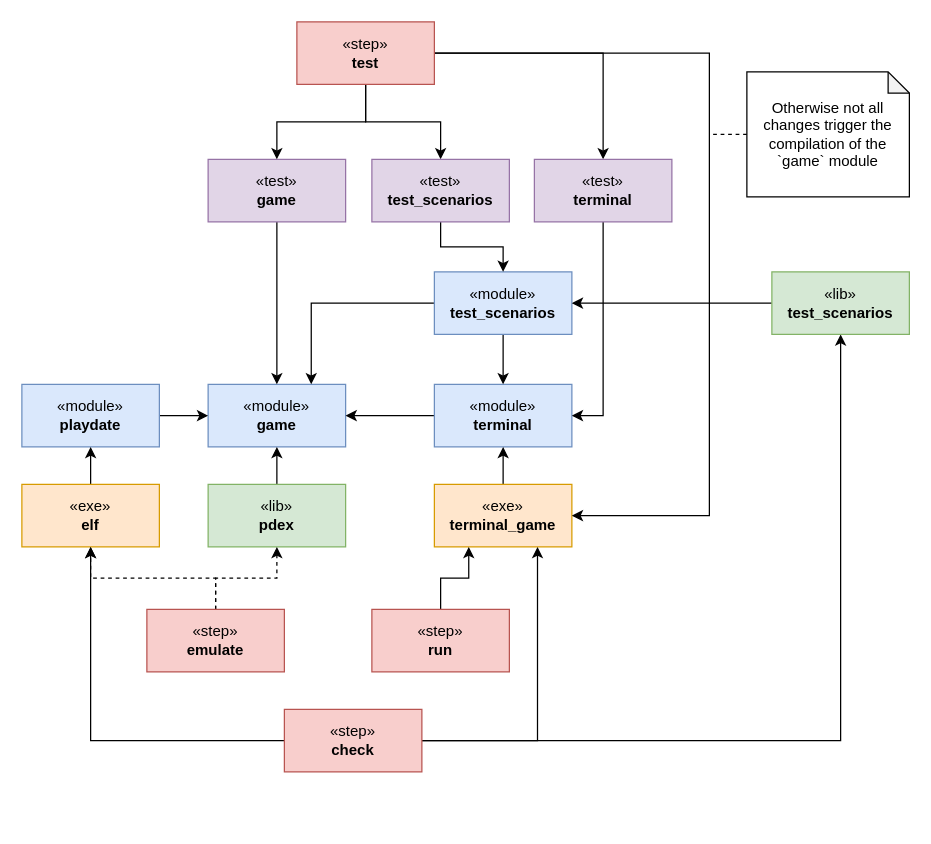
Earlier version of the draw.io diagram page "Build graph" (1 of 9) of docs/dev/schemas.drawio (vladimir-popov/forgotten_catacombs). Source tidied: cells renumbered, new cells numbered last; positions are measured from the earlier drawing's top-left corner, leaving out a move shared by most shapes. Both pictures are drawn from the tidied source at 125%, with x=0, y=0 at pixel (21, 21).
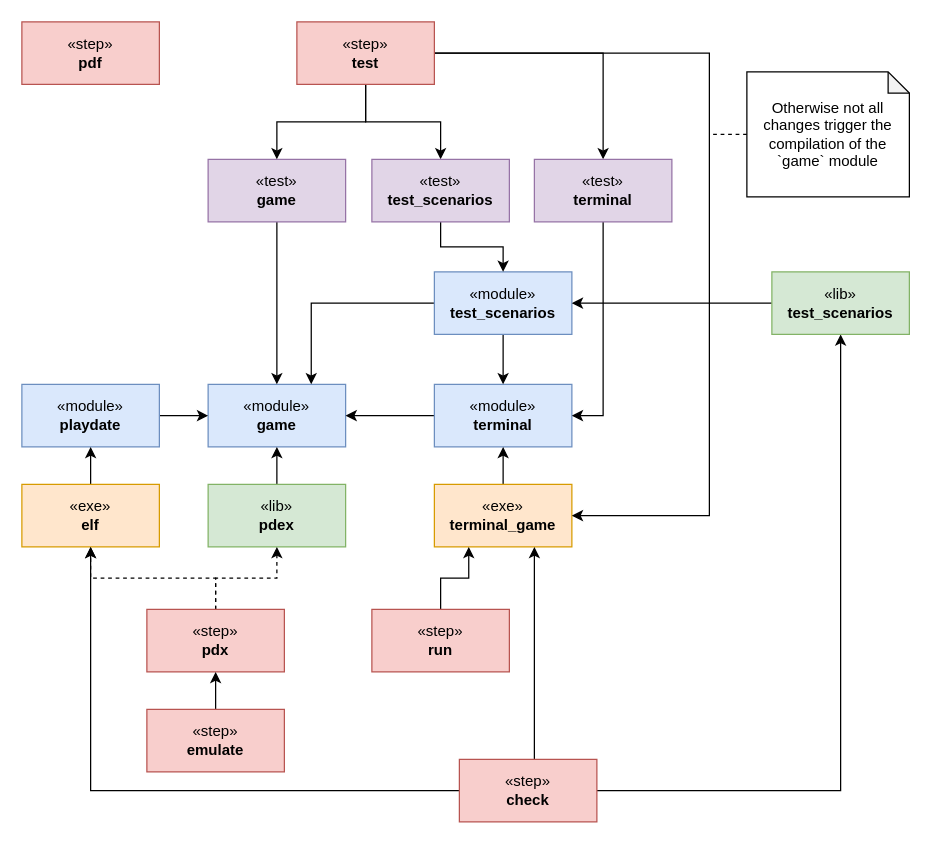
After the change.

The change refers to these unchanged cells:
```xml
<mxCell id="6" value="«exe»&lt;br&gt;&lt;b&gt;terminal_game&lt;/b&gt;" style="html=1;whiteSpace=wrap;fillColor=#ffe6cc;strokeColor=#d79b00;" parent="1" vertex="1">
  <mxGeometry x="330" y="370" width="110" height="50" as="geometry" />
</mxCell>
```

Change to the diagram source:
```diff
@@
-    <mxCell id="26" style="edgeStyle=orthogonalEdgeStyle;rounded=0;jettySize=auto;html=1;entryX=0.75;entryY=1;entryDx=0;entryDy=0;" parent="1" edge="1" source="28" target="6">
-      <mxGeometry relative="1" as="geometry" />
+    <mxCell id="26" style="edgeStyle=orthogonalEdgeStyle;rounded=0;jettySize=auto;html=1;" parent="1" edge="1" source="28" target="6">
+      <mxGeometry relative="1" as="geometry">
+        <Array as="points">
+          <mxPoint x="410" y="550" />
+          <mxPoint x="410" y="550" />
+        </Array>
+      </mxGeometry>
     </mxCell>
@@
     <mxCell id="28" value="«step»&lt;br&gt;&lt;b&gt;check&lt;/b&gt;" style="html=1;whiteSpace=wrap;fillColor=#f8cecc;strokeColor=#b85450;" parent="1" vertex="1">
-      <mxGeometry x="210" y="550" width="110" height="50" as="geometry" />
+      <mxGeometry x="350" y="590" width="110" height="50" as="geometry" />
     </mxCell>
@@
-    <mxCell id="31" value="«step»&lt;br&gt;&lt;b&gt;emulate&lt;/b&gt;" style="html=1;whiteSpace=wrap;fillColor=#f8cecc;strokeColor=#b85450;" parent="1" vertex="1">
+    <mxCell id="31" value="«step»&lt;br&gt;&lt;b&gt;pdx&lt;/b&gt;" style="html=1;whiteSpace=wrap;fillColor=#f8cecc;strokeColor=#b85450;" parent="1" vertex="1">
       <mxGeometry x="100" y="470" width="110" height="50" as="geometry" />
     </mxCell>
@@
+    <mxCell id="40" style="edgeStyle=orthogonalEdgeStyle;rounded=0;jettySize=auto;html=1;" parent="1" edge="1" source="41" target="31">
+      <mxGeometry relative="1" as="geometry" />
+    </mxCell>
+    <mxCell id="41" value="«step»&lt;br&gt;&lt;b&gt;emulate&lt;/b&gt;" style="html=1;whiteSpace=wrap;fillColor=#f8cecc;strokeColor=#b85450;" parent="1" vertex="1">
+      <mxGeometry x="100" y="550" width="110" height="50" as="geometry" />
+    </mxCell>
+    <mxCell id="42" value="«step»&lt;br&gt;&lt;b&gt;pdf&lt;/b&gt;" style="html=1;whiteSpace=wrap;fillColor=#f8cecc;strokeColor=#b85450;" parent="1" vertex="1">
+      <mxGeometry width="110" height="50" as="geometry" />
+    </mxCell>
```
